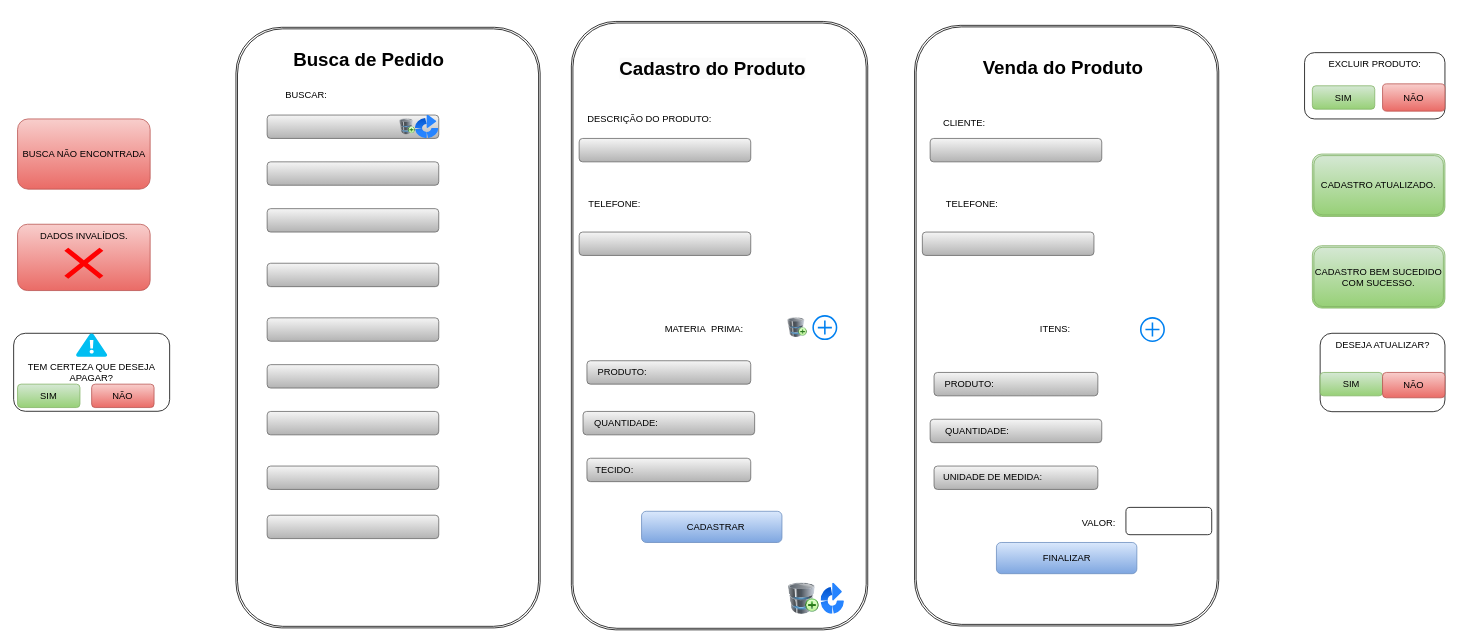
The draw.io diagram page "Página-4" (4 of 10) of doc/telas.drawio in pati573022/avatarapp, before the edit. Source tidied: cells renumbered, new cells numbered last; positions are measured from the earlier drawing's top-left corner, leaving out a move shared by most shapes. Both pictures are drawn from the tidied source at 78%, with x=0, y=0 at pixel (13, 21).
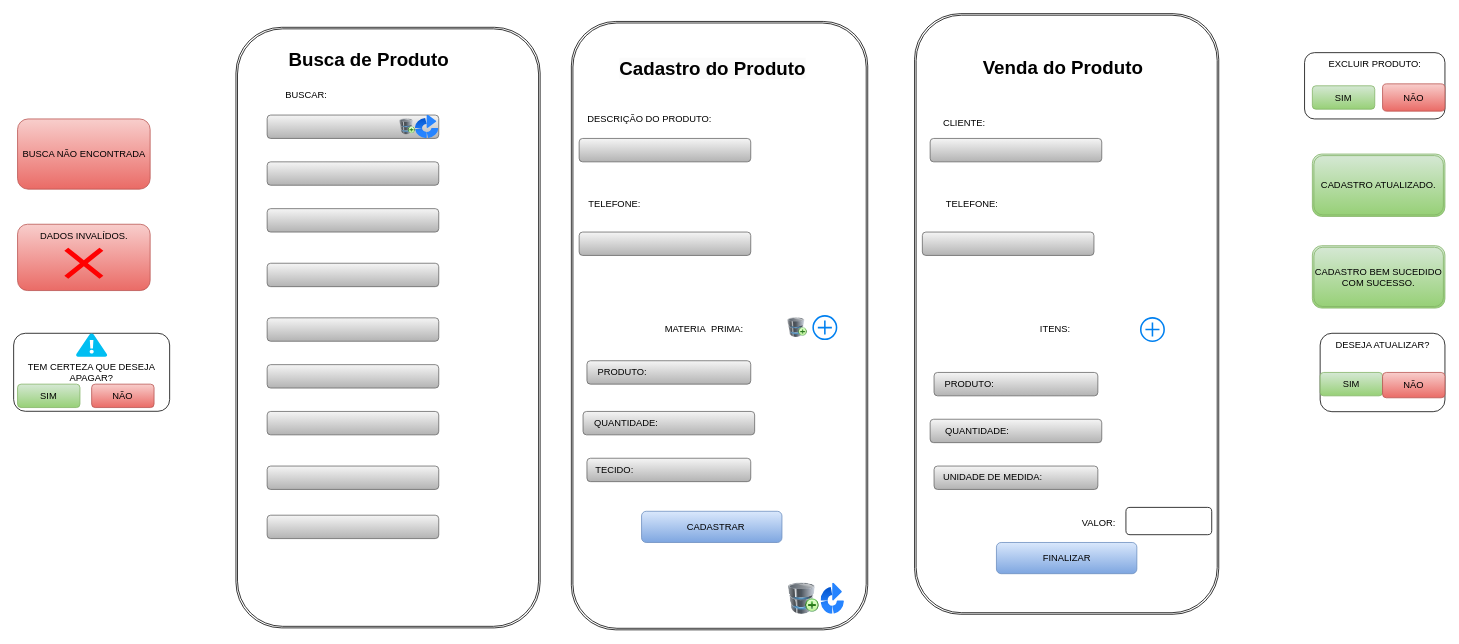
The same page after the edit.

Diff of the diagram source:
```diff
@@
-    <mxCell id="3" value="Busca de Pedido" style="text;strokeColor=none;fillColor=none;html=1;fontSize=24;fontStyle=1;verticalAlign=middle;align=center;" parent="1" vertex="1">
+    <mxCell id="3" value="Busca de Produto" style="text;strokeColor=none;fillColor=none;html=1;fontSize=24;fontStyle=1;verticalAlign=middle;align=center;" parent="1" vertex="1">
       <mxGeometry x="385" y="30" width="140" height="40" as="geometry" />
     </mxCell>
@@
     <mxCell id="36" style="shape=ext;double=1;rounded=1;whiteSpace=wrap;html=1;" parent="1" vertex="1">
-      <mxGeometry x="1155" y="5" width="390" height="770" as="geometry" />
+      <mxGeometry x="1155" y="-10" width="390" height="770" as="geometry" />
     </mxCell>
```
